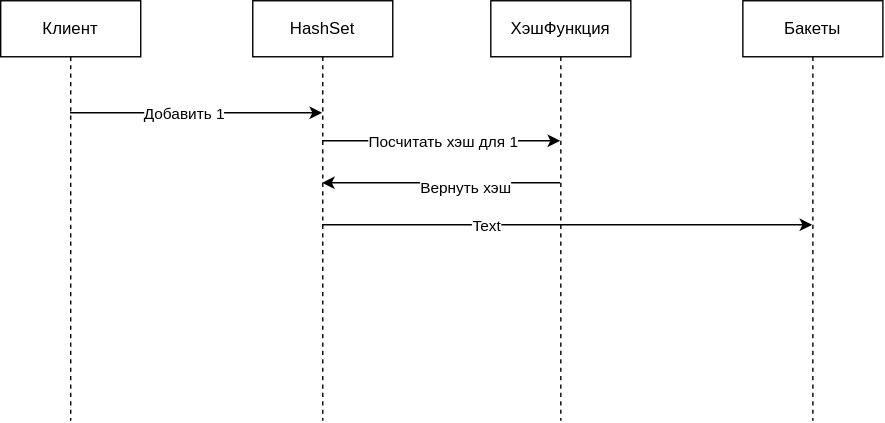
Before: База/Структуры данных/2. Быстро находить данные и проверять условия/2.3. Проверять принадлежность и уникальность/Множество (Set)/HashSet/schemes/ПроцессВставки.drawio.svg, a diagram exported from draw.io (kosukhin/catalog). Source tidied: cells renumbered, new cells last; positions are measured from the earlier drawing's top-left corner, leaving out a move shared by most shapes. Source of this version:
```xml
<mxGraphModel>
  <root>
    <mxCell id="0" />
    <mxCell id="1" parent="0" />
    <mxCell id="2" value="Клиент" style="shape=umlLifeline;perimeter=lifelinePerimeter;whiteSpace=wrap;html=1;outlineConnect=0;portConstraint=eastwest;newEdgeStyle={&quot;edgeStyle&quot;:&quot;sequenceEdgeStyle&quot;,&quot;libavoidRouting&quot;:0,&quot;curved&quot;:0,&quot;rounded&quot;:0};" parent="1" vertex="1">
      <mxGeometry width="100" height="300" as="geometry" />
    </mxCell>
    <mxCell id="3" value="HashSet" style="shape=umlLifeline;perimeter=lifelinePerimeter;whiteSpace=wrap;html=1;outlineConnect=0;portConstraint=eastwest;newEdgeStyle={&quot;edgeStyle&quot;:&quot;sequenceEdgeStyle&quot;,&quot;libavoidRouting&quot;:0,&quot;curved&quot;:0,&quot;rounded&quot;:0};" parent="1" vertex="1">
      <mxGeometry x="180" width="100" height="300" as="geometry" />
    </mxCell>
    <mxCell id="4" value="ХэшФункция" style="shape=umlLifeline;perimeter=lifelinePerimeter;whiteSpace=wrap;html=1;outlineConnect=0;portConstraint=eastwest;newEdgeStyle={&quot;edgeStyle&quot;:&quot;sequenceEdgeStyle&quot;,&quot;libavoidRouting&quot;:0,&quot;curved&quot;:0,&quot;rounded&quot;:0};" parent="1" vertex="1">
      <mxGeometry x="350" width="100" height="300" as="geometry" />
    </mxCell>
    <mxCell id="5" value="Бакеты" style="shape=umlLifeline;perimeter=lifelinePerimeter;whiteSpace=wrap;html=1;outlineConnect=0;portConstraint=eastwest;newEdgeStyle={&quot;edgeStyle&quot;:&quot;sequenceEdgeStyle&quot;,&quot;libavoidRouting&quot;:0,&quot;curved&quot;:0,&quot;rounded&quot;:0};" parent="1" vertex="1">
      <mxGeometry x="530" width="100" height="300" as="geometry" />
    </mxCell>
    <mxCell id="6" style="edgeStyle=sequenceEdgeStyle;html=1;libavoidRouting=0;curved=0;rounded=0;" parent="1" edge="1" source="2" target="3">
      <mxGeometry relative="1" as="geometry">
        <Array as="points">
          <mxPoint x="210" y="80" />
        </Array>
      </mxGeometry>
    </mxCell>
    <mxCell id="7" value="Добавить 1" style="edgeLabel;html=1;align=center;verticalAlign=middle;" parent="6" vertex="1">
      <mxGeometry x="-0.37" y="-1" relative="1" as="geometry">
        <mxPoint x="24" y="-1" as="offset" />
      </mxGeometry>
    </mxCell>
    <mxCell id="8" style="edgeStyle=sequenceEdgeStyle;html=1;libavoidRouting=0;curved=0;rounded=0;" parent="1" edge="1" source="3" target="4">
      <mxGeometry relative="1" as="geometry">
        <Array as="points">
          <mxPoint x="315" y="100" />
        </Array>
      </mxGeometry>
    </mxCell>
    <mxCell id="9" value="Посчитать хэш для 1" style="edgeLabel;html=1;align=center;verticalAlign=middle;" parent="8" vertex="1">
      <mxGeometry x="0.26" y="-2" relative="1" as="geometry">
        <mxPoint x="-21" y="-2" as="offset" />
      </mxGeometry>
    </mxCell>
    <mxCell id="10" style="edgeStyle=sequenceEdgeStyle;html=1;libavoidRouting=0;curved=0;rounded=0;" parent="1" edge="1" source="4" target="3">
      <mxGeometry relative="1" as="geometry">
        <Array as="points">
          <mxPoint x="260" y="130" />
        </Array>
      </mxGeometry>
    </mxCell>
    <mxCell id="11" value="Вернуть хэш" style="edgeLabel;html=1;align=center;verticalAlign=middle;" parent="10" vertex="1">
      <mxGeometry x="-0.19" y="3" relative="1" as="geometry">
        <mxPoint x="1" as="offset" />
      </mxGeometry>
    </mxCell>
    <mxCell id="12" style="edgeStyle=sequenceEdgeStyle;html=1;libavoidRouting=0;curved=0;rounded=0;" parent="1" edge="1" source="3" target="5">
      <mxGeometry relative="1" as="geometry">
        <Array as="points">
          <mxPoint x="560" y="160" />
        </Array>
      </mxGeometry>
    </mxCell>
    <mxCell id="13" value="Text" style="edgeLabel;html=1;align=center;verticalAlign=middle;" parent="12" vertex="1">
      <mxGeometry x="-0.33" relative="1" as="geometry">
        <mxPoint x="1" as="offset" />
      </mxGeometry>
    </mxCell>
  </root>
</mxGraphModel>
```
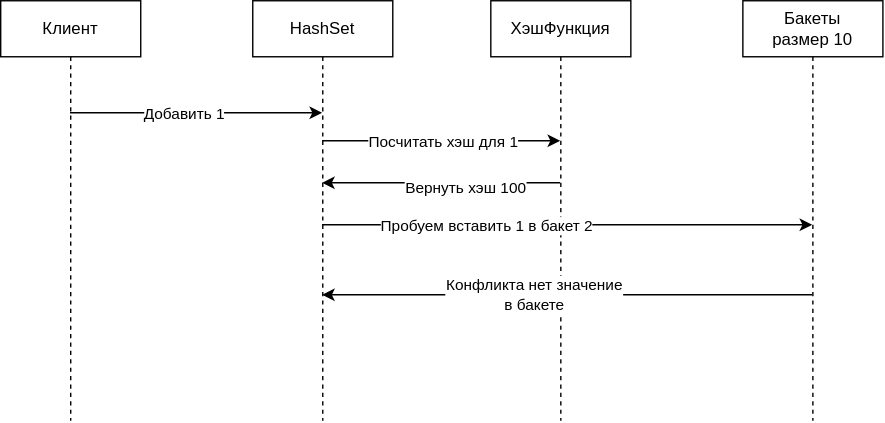
The same file after the commit.

What changed in the source:
```diff
@@ -11,7 +11,7 @@
     <mxCell id="4" value="ХэшФункция" style="shape=umlLifeline;perimeter=lifelinePerimeter;whiteSpace=wrap;html=1;outlineConnect=0;portConstraint=eastwest;newEdgeStyle={&quot;edgeStyle&quot;:&quot;sequenceEdgeStyle&quot;,&quot;libavoidRouting&quot;:0,&quot;curved&quot;:0,&quot;rounded&quot;:0};" parent="1" vertex="1">
       <mxGeometry x="350" width="100" height="300" as="geometry" />
     </mxCell>
-    <mxCell id="5" value="Бакеты" style="shape=umlLifeline;perimeter=lifelinePerimeter;whiteSpace=wrap;html=1;outlineConnect=0;portConstraint=eastwest;newEdgeStyle={&quot;edgeStyle&quot;:&quot;sequenceEdgeStyle&quot;,&quot;libavoidRouting&quot;:0,&quot;curved&quot;:0,&quot;rounded&quot;:0};" parent="1" vertex="1">
+    <mxCell id="5" value="Бакеты&lt;div&gt;размер 10&lt;/div&gt;" style="shape=umlLifeline;perimeter=lifelinePerimeter;whiteSpace=wrap;html=1;outlineConnect=0;portConstraint=eastwest;newEdgeStyle={&quot;edgeStyle&quot;:&quot;sequenceEdgeStyle&quot;,&quot;libavoidRouting&quot;:0,&quot;curved&quot;:0,&quot;rounded&quot;:0};" parent="1" vertex="1">
       <mxGeometry x="530" width="100" height="300" as="geometry" />
     </mxCell>
     <mxCell id="6" style="edgeStyle=sequenceEdgeStyle;html=1;libavoidRouting=0;curved=0;rounded=0;" parent="1" edge="1" source="2" target="3">
@@ -45,7 +45,7 @@
         </Array>
       </mxGeometry>
     </mxCell>
-    <mxCell id="11" value="Вернуть хэш" style="edgeLabel;html=1;align=center;verticalAlign=middle;" parent="10" vertex="1">
+    <mxCell id="11" value="Вернуть хэш 100" style="edgeLabel;html=1;align=center;verticalAlign=middle;" parent="10" vertex="1">
       <mxGeometry x="-0.19" y="3" relative="1" as="geometry">
         <mxPoint x="1" as="offset" />
       </mxGeometry>
@@ -53,14 +53,26 @@
     <mxCell id="12" style="edgeStyle=sequenceEdgeStyle;html=1;libavoidRouting=0;curved=0;rounded=0;" parent="1" edge="1" source="3" target="5">
       <mxGeometry relative="1" as="geometry">
         <Array as="points">
-          <mxPoint x="560" y="160" />
+          <mxPoint x="470" y="160" />
         </Array>
       </mxGeometry>
     </mxCell>
-    <mxCell id="13" value="Text" style="edgeLabel;html=1;align=center;verticalAlign=middle;" parent="12" vertex="1">
-      <mxGeometry x="-0.33" relative="1" as="geometry">
+    <mxCell id="13" value="Пробуем вставить 1 в бакет 2" style="edgeLabel;html=1;align=center;verticalAlign=middle;" parent="12" vertex="1">
+      <mxGeometry x="-0.34" relative="1" as="geometry">
         <mxPoint x="1" as="offset" />
       </mxGeometry>
     </mxCell>
+    <mxCell id="14" style="edgeStyle=sequenceEdgeStyle;html=1;libavoidRouting=0;curved=0;rounded=0;" parent="1" edge="1" source="5" target="3">
+      <mxGeometry relative="1" as="geometry">
+        <Array as="points">
+          <mxPoint x="250" y="210" />
+        </Array>
+      </mxGeometry>
+    </mxCell>
+    <mxCell id="15" value="Конфликта нет значение&lt;div&gt;в бакете&lt;/div&gt;" style="edgeLabel;html=1;align=center;verticalAlign=middle;" parent="14" vertex="1">
+      <mxGeometry x="-0.17" y="-1" relative="1" as="geometry">
+        <mxPoint x="-55" as="offset" />
+      </mxGeometry>
+    </mxCell>
   </root>
 </mxGraphModel>
```
